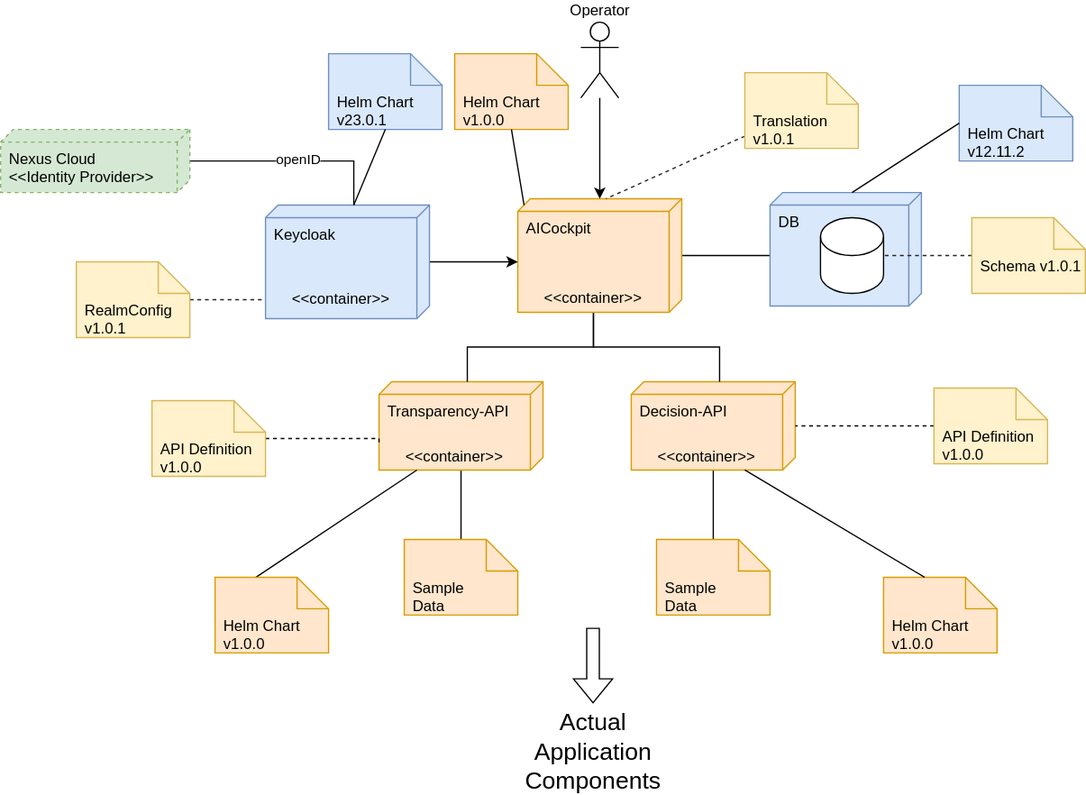
starwit/ai-cockpit-deployment keeps this draw.io diagram as doc/DeploymentConcept.drawio.svg. Above is the earlier version. Source tidied: cells renumbered, new cells last; positions are measured from the earlier drawing's top-left corner, leaving out a move shared by most shapes.
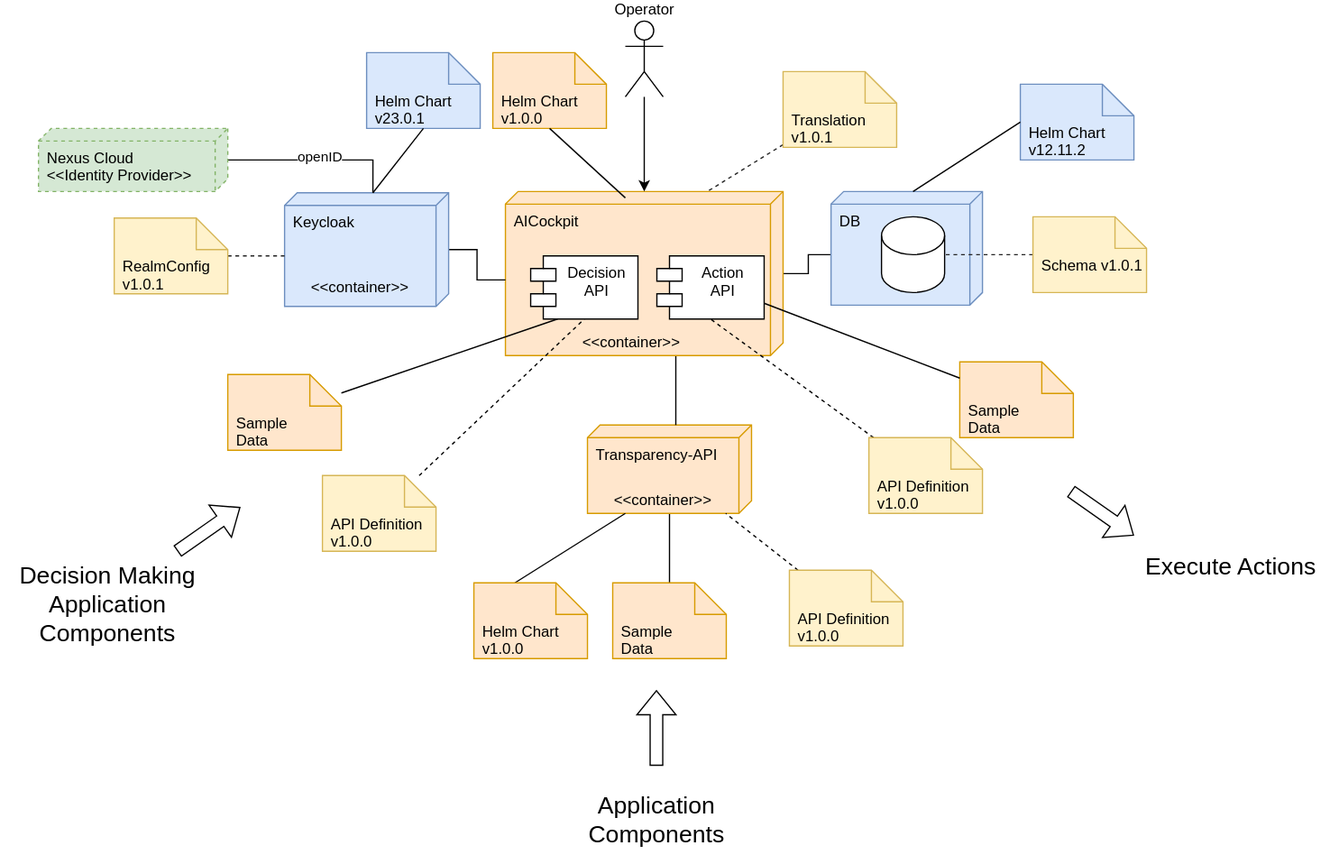
After the change.

Change to the diagram source:
```diff
@@ -6,73 +6,61 @@
       <mxGeometry relative="1" as="geometry" />
     </mxCell>
     <mxCell id="3" value="Transparency-API" style="verticalAlign=top;align=left;shape=cube;size=10;direction=south;fontStyle=0;html=1;boundedLbl=1;spacingLeft=5;whiteSpace=wrap;fillColor=#ffe6cc;strokeColor=#d79b00;" parent="1" vertex="1">
-      <mxGeometry x="300" y="285" width="130" height="70" as="geometry" />
+      <mxGeometry x="435" y="320" width="130" height="70" as="geometry" />
     </mxCell>
-    <mxCell id="4" style="edgeStyle=orthogonalEdgeStyle;rounded=0;jettySize=auto;html=1;endArrow=none;endFill=0;" parent="1" edge="1" source="5" target="14">
-      <mxGeometry relative="1" as="geometry" />
-    </mxCell>
-    <mxCell id="5" value="Decision-API" style="verticalAlign=top;align=left;shape=cube;size=10;direction=south;fontStyle=0;html=1;boundedLbl=1;spacingLeft=5;whiteSpace=wrap;fillColor=#ffe6cc;strokeColor=#d79b00;" parent="1" vertex="1">
-      <mxGeometry x="500" y="285" width="130" height="70" as="geometry" />
-    </mxCell>
-    <mxCell id="6" style="edgeStyle=orthogonalEdgeStyle;rounded=0;jettySize=auto;html=1;exitX=0;exitY=0;exitDx=70;exitDy=70;exitPerimeter=0;entryX=0;entryY=0;entryDx=0;entryDy=60;entryPerimeter=0;endArrow=none;endFill=0;" parent="1" edge="1" source="9" target="3">
+    <mxCell id="6" style="edgeStyle=orthogonalEdgeStyle;rounded=0;jettySize=auto;html=1;exitX=0;exitY=0;exitDx=130;exitDy=85;exitPerimeter=0;entryX=0;entryY=0;entryDx=0;entryDy=60;entryPerimeter=0;endArrow=none;endFill=0;" parent="1" edge="1" source="9" target="3">
       <mxGeometry relative="1" as="geometry" />
     </mxCell>
-    <mxCell id="7" style="edgeStyle=orthogonalEdgeStyle;rounded=0;jettySize=auto;html=1;exitX=0;exitY=0;exitDx=70;exitDy=70;exitPerimeter=0;entryX=0;entryY=0;entryDx=0;entryDy=60;entryPerimeter=0;endArrow=none;endFill=0;" parent="1" edge="1" source="9" target="5">
-      <mxGeometry relative="1" as="geometry" />
-    </mxCell>
     <mxCell id="8" style="edgeStyle=orthogonalEdgeStyle;rounded=0;jettySize=auto;html=1;entryX=0;entryY=0;entryDx=50;entryDy=120;entryPerimeter=0;endArrow=none;endFill=0;" parent="1" edge="1" source="9" target="15">
       <mxGeometry relative="1" as="geometry" />
     </mxCell>
     <mxCell id="9" value="AICockpit" style="verticalAlign=top;align=left;shape=cube;size=10;direction=south;fontStyle=0;html=1;boundedLbl=1;spacingLeft=5;whiteSpace=wrap;fillColor=#ffe6cc;strokeColor=#d79b00;" parent="1" vertex="1">
-      <mxGeometry x="410" y="140" width="130" height="90" as="geometry" />
+      <mxGeometry x="370" y="135" width="220" height="130" as="geometry" />
     </mxCell>
     <mxCell id="10" value="&amp;lt;&amp;lt;container&amp;gt;&amp;gt;" style="text;html=1;strokeColor=none;fillColor=none;align=center;verticalAlign=middle;whiteSpace=wrap;rounded=0;" parent="1" vertex="1">
-      <mxGeometry x="300" y="335" width="120" height="20" as="geometry" />
+      <mxGeometry x="435" y="370" width="120" height="20" as="geometry" />
     </mxCell>
-    <mxCell id="11" value="&amp;lt;&amp;lt;container&amp;gt;&amp;gt;" style="text;html=1;strokeColor=none;fillColor=none;align=center;verticalAlign=middle;whiteSpace=wrap;rounded=0;" parent="1" vertex="1">
-      <mxGeometry x="500" y="335" width="120" height="20" as="geometry" />
-    </mxCell>
     <mxCell id="12" value="&amp;lt;&amp;lt;container&amp;gt;&amp;gt;" style="text;html=1;strokeColor=none;fillColor=none;align=center;verticalAlign=middle;whiteSpace=wrap;rounded=0;" parent="1" vertex="1">
-      <mxGeometry x="410" y="204" width="120" height="30" as="geometry" />
+      <mxGeometry x="410" y="240" width="120" height="30" as="geometry" />
     </mxCell>
     <mxCell id="13" value="Sample&lt;br&gt;Data" style="shape=note2;boundedLbl=1;whiteSpace=wrap;html=1;size=25;verticalAlign=top;align=left;spacingLeft=5;fillColor=#ffe6cc;strokeColor=#d79b00;" parent="1" vertex="1">
-      <mxGeometry x="320" y="410" width="90" height="60" as="geometry" />
+      <mxGeometry x="455" y="445" width="90" height="60" as="geometry" />
     </mxCell>
     <mxCell id="14" value="Sample&lt;br&gt;Data" style="shape=note2;boundedLbl=1;whiteSpace=wrap;html=1;size=25;verticalAlign=top;align=left;spacingLeft=5;fillColor=#ffe6cc;strokeColor=#d79b00;" parent="1" vertex="1">
-      <mxGeometry x="520" y="410" width="90" height="60" as="geometry" />
+      <mxGeometry x="150" y="280" width="90" height="60" as="geometry" />
     </mxCell>
     <mxCell id="15" value="DB" style="verticalAlign=top;align=left;shape=cube;size=10;direction=south;fontStyle=0;html=1;boundedLbl=1;spacingLeft=5;whiteSpace=wrap;fillColor=#dae8fc;strokeColor=#6c8ebf;" parent="1" vertex="1">
-      <mxGeometry x="610" y="135" width="120" height="90" as="geometry" />
+      <mxGeometry x="628" y="135" width="120" height="90" as="geometry" />
     </mxCell>
     <mxCell id="16" style="shape=cylinder3;whiteSpace=wrap;html=1;boundedLbl=1;backgroundOutline=1;size=15;" parent="15" vertex="1">
       <mxGeometry x="40" y="20" width="50" height="60" as="geometry" />
     </mxCell>
-    <mxCell id="17" style="edgeStyle=orthogonalEdgeStyle;rounded=0;jettySize=auto;html=1;entryX=0;entryY=0;entryDx=50;entryDy=130;entryPerimeter=0;" parent="1" edge="1" source="18" target="9">
+    <mxCell id="17" style="edgeStyle=orthogonalEdgeStyle;rounded=0;jettySize=auto;html=1;entryX=0;entryY=0;entryDx=70;entryDy=220;entryPerimeter=0;endArrow=none;endFill=0;" parent="1" edge="1" source="18" target="9">
       <mxGeometry relative="1" as="geometry" />
     </mxCell>
     <mxCell id="18" value="Keycloak" style="verticalAlign=top;align=left;shape=cube;size=10;direction=south;fontStyle=0;html=1;boundedLbl=1;spacingLeft=5;whiteSpace=wrap;fillColor=#dae8fc;strokeColor=#6c8ebf;" parent="1" vertex="1">
-      <mxGeometry x="210" y="145" width="130" height="90" as="geometry" />
+      <mxGeometry x="195" y="136" width="130" height="90" as="geometry" />
     </mxCell>
     <mxCell id="19" value="&amp;lt;&amp;lt;container&amp;gt;&amp;gt;" style="text;html=1;strokeColor=none;fillColor=none;align=center;verticalAlign=middle;whiteSpace=wrap;rounded=0;" parent="1" vertex="1">
-      <mxGeometry x="210" y="205" width="120" height="30" as="geometry" />
+      <mxGeometry x="195" y="196" width="120" height="30" as="geometry" />
     </mxCell>
     <mxCell id="20" style="edgeStyle=orthogonalEdgeStyle;rounded=0;jettySize=auto;html=1;" parent="1" edge="1" source="21" target="9">
       <mxGeometry relative="1" as="geometry" />
     </mxCell>
     <mxCell id="21" value="Operator" style="shape=umlActor;verticalLabelPosition=top;verticalAlign=bottom;html=1;labelPosition=center;align=center;" parent="1" vertex="1">
-      <mxGeometry x="460" width="30" height="60" as="geometry" />
+      <mxGeometry x="465" width="30" height="60" as="geometry" />
     </mxCell>
     <mxCell id="22" style="edgeStyle=orthogonalEdgeStyle;rounded=0;jettySize=auto;html=1;endArrow=none;endFill=0;fillColor=#f5f5f5;strokeColor=#242424;dashed=1;" parent="1" edge="1" source="23" target="16">
       <mxGeometry relative="1" as="geometry" />
     </mxCell>
     <mxCell id="23" value="Schema v1.0.1" style="shape=note2;boundedLbl=1;whiteSpace=wrap;html=1;size=25;verticalAlign=top;align=left;spacingLeft=5;fillColor=#fff2cc;strokeColor=#d6b656;" parent="1" vertex="1">
-      <mxGeometry x="770" y="155" width="90" height="60" as="geometry" />
+      <mxGeometry x="788" y="155" width="90" height="60" as="geometry" />
     </mxCell>
-    <mxCell id="24" style="edgeStyle=orthogonalEdgeStyle;rounded=0;jettySize=auto;html=1;endArrow=none;endFill=0;fillColor=#f5f5f5;strokeColor=#242424;dashed=1;" parent="1" edge="1" source="25" target="19">
+    <mxCell id="24" style="edgeStyle=orthogonalEdgeStyle;rounded=0;jettySize=auto;html=1;endArrow=none;endFill=0;fillColor=#f5f5f5;strokeColor=#242424;dashed=1;entryX=0;entryY=0;entryDx=50;entryDy=130;entryPerimeter=0;" parent="1" edge="1" source="25" target="18">
       <mxGeometry relative="1" as="geometry" />
     </mxCell>
     <mxCell id="25" value="RealmConfig v1.0.1" style="shape=note2;boundedLbl=1;whiteSpace=wrap;html=1;size=25;verticalAlign=top;align=left;spacingLeft=5;fillColor=#fff2cc;strokeColor=#d6b656;" parent="1" vertex="1">
-      <mxGeometry x="60" y="190" width="90" height="60" as="geometry" />
+      <mxGeometry x="60" y="156" width="90" height="60" as="geometry" />
     </mxCell>
     <mxCell id="26" style="rounded=0;jettySize=auto;html=1;entryX=0;entryY=0;entryDx=0;entryDy=60;entryPerimeter=0;endArrow=none;endFill=0;fillColor=#f5f5f5;strokeColor=#242424;dashed=1;" parent="1" edge="1" source="27" target="9">
       <mxGeometry relative="1" as="geometry" />
@@ -80,31 +68,26 @@
     <mxCell id="27" value="Translation v1.0.1" style="shape=note2;boundedLbl=1;whiteSpace=wrap;html=1;size=25;verticalAlign=top;align=left;spacingLeft=5;fillColor=#fff2cc;strokeColor=#d6b656;" parent="1" vertex="1">
       <mxGeometry x="590" y="40" width="90" height="60" as="geometry" />
     </mxCell>
-    <mxCell id="28" style="edgeStyle=orthogonalEdgeStyle;rounded=0;jettySize=auto;html=1;endArrow=none;endFill=0;dashed=1;" parent="1" edge="1" source="29" target="5">
+    <mxCell id="28" style="rounded=0;jettySize=auto;html=1;endArrow=none;endFill=0;dashed=1;entryX=0.5;entryY=1;entryDx=0;entryDy=0;" parent="1" edge="1" source="29" target="47">
       <mxGeometry relative="1" as="geometry" />
     </mxCell>
     <mxCell id="29" value="API Definition v1.0.0" style="shape=note2;boundedLbl=1;whiteSpace=wrap;html=1;size=25;verticalAlign=top;align=left;spacingLeft=5;fillColor=#fff2cc;strokeColor=#d6b656;" parent="1" vertex="1">
-      <mxGeometry x="740" y="290" width="90" height="60" as="geometry" />
+      <mxGeometry x="225" y="360" width="90" height="60" as="geometry" />
     </mxCell>
-    <mxCell id="30" style="edgeStyle=orthogonalEdgeStyle;rounded=0;jettySize=auto;html=1;entryX=0;entryY=0;entryDx=0;entryDy=0;endArrow=none;endFill=0;dashed=1;" parent="1" edge="1" source="31" target="10">
-      <mxGeometry relative="1" as="geometry">
-        <Array as="points">
-          <mxPoint x="280" y="330" />
-          <mxPoint x="280" y="330" />
-        </Array>
-      </mxGeometry>
+    <mxCell id="30" style="rounded=0;jettySize=auto;html=1;endArrow=none;endFill=0;dashed=1;" parent="1" edge="1" source="31" target="3">
+      <mxGeometry relative="1" as="geometry" />
     </mxCell>
     <mxCell id="31" value="API Definition v1.0.0" style="shape=note2;boundedLbl=1;whiteSpace=wrap;html=1;size=25;verticalAlign=top;align=left;spacingLeft=5;fillColor=#fff2cc;strokeColor=#d6b656;" parent="1" vertex="1">
-      <mxGeometry x="120" y="300" width="90" height="60" as="geometry" />
+      <mxGeometry x="595" y="435" width="90" height="60" as="geometry" />
     </mxCell>
     <mxCell id="32" style="shape=flexArrow;endArrow=classic;html=1;rounded=0;" parent="1" edge="1">
       <mxGeometry relative="1" as="geometry">
-        <mxPoint x="469.7" y="480" as="sourcePoint" />
-        <mxPoint x="469.7" y="540" as="targetPoint" />
+        <mxPoint x="489.7" y="590" as="sourcePoint" />
+        <mxPoint x="489.7" y="530" as="targetPoint" />
       </mxGeometry>
     </mxCell>
-    <mxCell id="33" value="Actual Application&lt;br&gt;Components" style="text;html=1;strokeColor=none;fillColor=none;align=center;verticalAlign=middle;whiteSpace=wrap;rounded=0;fontSize=19;" parent="1" vertex="1">
-      <mxGeometry x="405" y="564" width="130" height="30" as="geometry" />
+    <mxCell id="33" value="Application&lt;br&gt;Components" style="text;html=1;strokeColor=none;fillColor=none;align=center;verticalAlign=middle;whiteSpace=wrap;rounded=0;fontSize=19;" parent="1" vertex="1">
+      <mxGeometry x="425" y="600" width="130" height="66" as="geometry" />
     </mxCell>
     <mxCell id="34" style="edgeStyle=orthogonalEdgeStyle;rounded=0;jettySize=auto;html=1;entryX=0;entryY=0;entryDx=0;entryDy=60;entryPerimeter=0;endArrow=none;endFill=0;" parent="1" edge="1" source="36" target="18">
       <mxGeometry relative="1" as="geometry" />
@@ -115,18 +98,12 @@
     <mxCell id="36" value="Nexus Cloud&lt;br&gt;&amp;lt;&amp;lt;Identity Provider&amp;gt;&amp;gt;" style="verticalAlign=top;align=left;shape=cube;size=10;direction=south;fontStyle=0;html=1;boundedLbl=1;spacingLeft=5;whiteSpace=wrap;fillColor=#d5e8d4;strokeColor=#82b366;dashed=1;" parent="1" vertex="1">
       <mxGeometry y="85" width="150" height="50" as="geometry" />
     </mxCell>
-    <mxCell id="37" value="Helm Chart&lt;br&gt;v1.0.0" style="shape=note2;boundedLbl=1;whiteSpace=wrap;html=1;size=25;verticalAlign=top;align=left;spacingLeft=5;fillColor=#ffe6cc;strokeColor=#d79b00;" parent="1" vertex="1">
-      <mxGeometry x="700" y="440" width="90" height="60" as="geometry" />
-    </mxCell>
     <mxCell id="38" style="rounded=0;jettySize=auto;html=1;entryX=0.25;entryY=1;entryDx=0;entryDy=0;endArrow=none;endFill=0;exitX=0;exitY=0;exitDx=32.5;exitDy=0;exitPerimeter=0;" parent="1" edge="1" source="39" target="10">
       <mxGeometry relative="1" as="geometry" />
     </mxCell>
     <mxCell id="39" value="Helm Chart&lt;br&gt;v1.0.0" style="shape=note2;boundedLbl=1;whiteSpace=wrap;html=1;size=25;verticalAlign=top;align=left;spacingLeft=5;fillColor=#ffe6cc;strokeColor=#d79b00;" parent="1" vertex="1">
-      <mxGeometry x="170" y="440" width="90" height="60" as="geometry" />
+      <mxGeometry x="345" y="445" width="90" height="60" as="geometry" />
     </mxCell>
-    <mxCell id="40" style="endArrow=none;html=1;rounded=0;entryX=0.75;entryY=1;entryDx=0;entryDy=0;exitX=0;exitY=0;exitDx=32.5;exitDy=0;exitPerimeter=0;" parent="1" edge="1" source="37" target="11">
-      <mxGeometry relative="1" as="geometry" />
-    </mxCell>
     <mxCell id="41" value="Helm Chart&lt;br&gt;v1.0.0" style="shape=note2;boundedLbl=1;whiteSpace=wrap;html=1;size=25;verticalAlign=top;align=left;spacingLeft=5;fillColor=#ffe6cc;strokeColor=#d79b00;" parent="1" vertex="1">
       <mxGeometry x="360" y="25" width="90" height="60" as="geometry" />
     </mxCell>
@@ -140,10 +117,49 @@
       <mxGeometry relative="1" as="geometry" />
     </mxCell>
     <mxCell id="45" value="Helm Chart&lt;br&gt;v12.11.2" style="shape=note2;boundedLbl=1;whiteSpace=wrap;html=1;size=25;verticalAlign=top;align=left;spacingLeft=5;fillColor=#dae8fc;strokeColor=#6c8ebf;horizontal=1;" parent="1" vertex="1">
-      <mxGeometry x="760" y="50" width="90" height="60" as="geometry" />
+      <mxGeometry x="778" y="50" width="90" height="60" as="geometry" />
     </mxCell>
     <mxCell id="46" style="endArrow=none;html=1;rounded=0;entryX=0;entryY=0.5;entryDx=0;entryDy=0;entryPerimeter=0;exitX=0;exitY=0;exitDx=0;exitDy=55;exitPerimeter=0;" parent="1" edge="1" source="15" target="45">
       <mxGeometry relative="1" as="geometry" />
     </mxCell>
+    <mxCell id="47" value="Decision&#10;API" style="shape=module;align=left;spacingLeft=20;align=center;verticalAlign=top;" parent="1" vertex="1">
+      <mxGeometry x="390" y="186" width="85" height="50" as="geometry" />
+    </mxCell>
+    <mxCell id="4" style="rounded=0;jettySize=auto;html=1;endArrow=none;endFill=0;exitX=0.25;exitY=1;exitDx=0;exitDy=0;" parent="1" edge="1" source="47" target="14">
+      <mxGeometry relative="1" as="geometry" />
+    </mxCell>
+    <mxCell id="48" value="Action&#10;API" style="shape=module;align=left;spacingLeft=20;align=center;verticalAlign=top;" parent="1" vertex="1">
+      <mxGeometry x="490" y="186" width="85" height="50" as="geometry" />
+    </mxCell>
+    <mxCell id="49" value="Sample&lt;br&gt;Data" style="shape=note2;boundedLbl=1;whiteSpace=wrap;html=1;size=25;verticalAlign=top;align=left;spacingLeft=5;fillColor=#ffe6cc;strokeColor=#d79b00;" parent="1" vertex="1">
+      <mxGeometry x="730" y="270" width="90" height="60" as="geometry" />
+    </mxCell>
+    <mxCell id="50" style="rounded=0;jettySize=auto;html=1;endArrow=none;endFill=0;dashed=1;entryX=0.5;entryY=1;entryDx=0;entryDy=0;" parent="1" edge="1" source="51" target="48">
+      <mxGeometry relative="1" as="geometry" />
+    </mxCell>
+    <mxCell id="51" value="API Definition v1.0.0" style="shape=note2;boundedLbl=1;whiteSpace=wrap;html=1;size=25;verticalAlign=top;align=left;spacingLeft=5;fillColor=#fff2cc;strokeColor=#d6b656;" parent="1" vertex="1">
+      <mxGeometry x="658" y="330" width="90" height="60" as="geometry" />
+    </mxCell>
+    <mxCell id="52" style="rounded=0;jettySize=auto;html=1;endArrow=none;endFill=0;exitX=1;exitY=0.75;exitDx=0;exitDy=0;" parent="1" edge="1" source="48" target="49">
+      <mxGeometry relative="1" as="geometry" />
+    </mxCell>
+    <mxCell id="53" style="shape=flexArrow;endArrow=classic;html=1;rounded=0;" parent="1" edge="1">
+      <mxGeometry relative="1" as="geometry">
+        <mxPoint x="110" y="420" as="sourcePoint" />
+        <mxPoint x="160" y="385" as="targetPoint" />
+      </mxGeometry>
+    </mxCell>
+    <mxCell id="54" style="shape=flexArrow;endArrow=classic;html=1;rounded=0;" parent="1" edge="1">
+      <mxGeometry relative="1" as="geometry">
+        <mxPoint x="818" y="372.5" as="sourcePoint" />
+        <mxPoint x="868" y="407.5" as="targetPoint" />
+      </mxGeometry>
+    </mxCell>
+    <mxCell id="55" value="Decision Making Application&lt;br&gt;Components" style="text;html=1;strokeColor=none;fillColor=none;align=center;verticalAlign=middle;whiteSpace=wrap;rounded=0;fontSize=19;" parent="1" vertex="1">
+      <mxGeometry x="-30" y="430" width="170" height="65" as="geometry" />
+    </mxCell>
+    <mxCell id="56" value="Execute Actions" style="text;html=1;strokeColor=none;fillColor=none;align=center;verticalAlign=middle;whiteSpace=wrap;rounded=0;fontSize=19;" parent="1" vertex="1">
+      <mxGeometry x="860" y="400" width="170" height="65" as="geometry" />
+    </mxCell>
   </root>
 </mxGraphModel>
```
